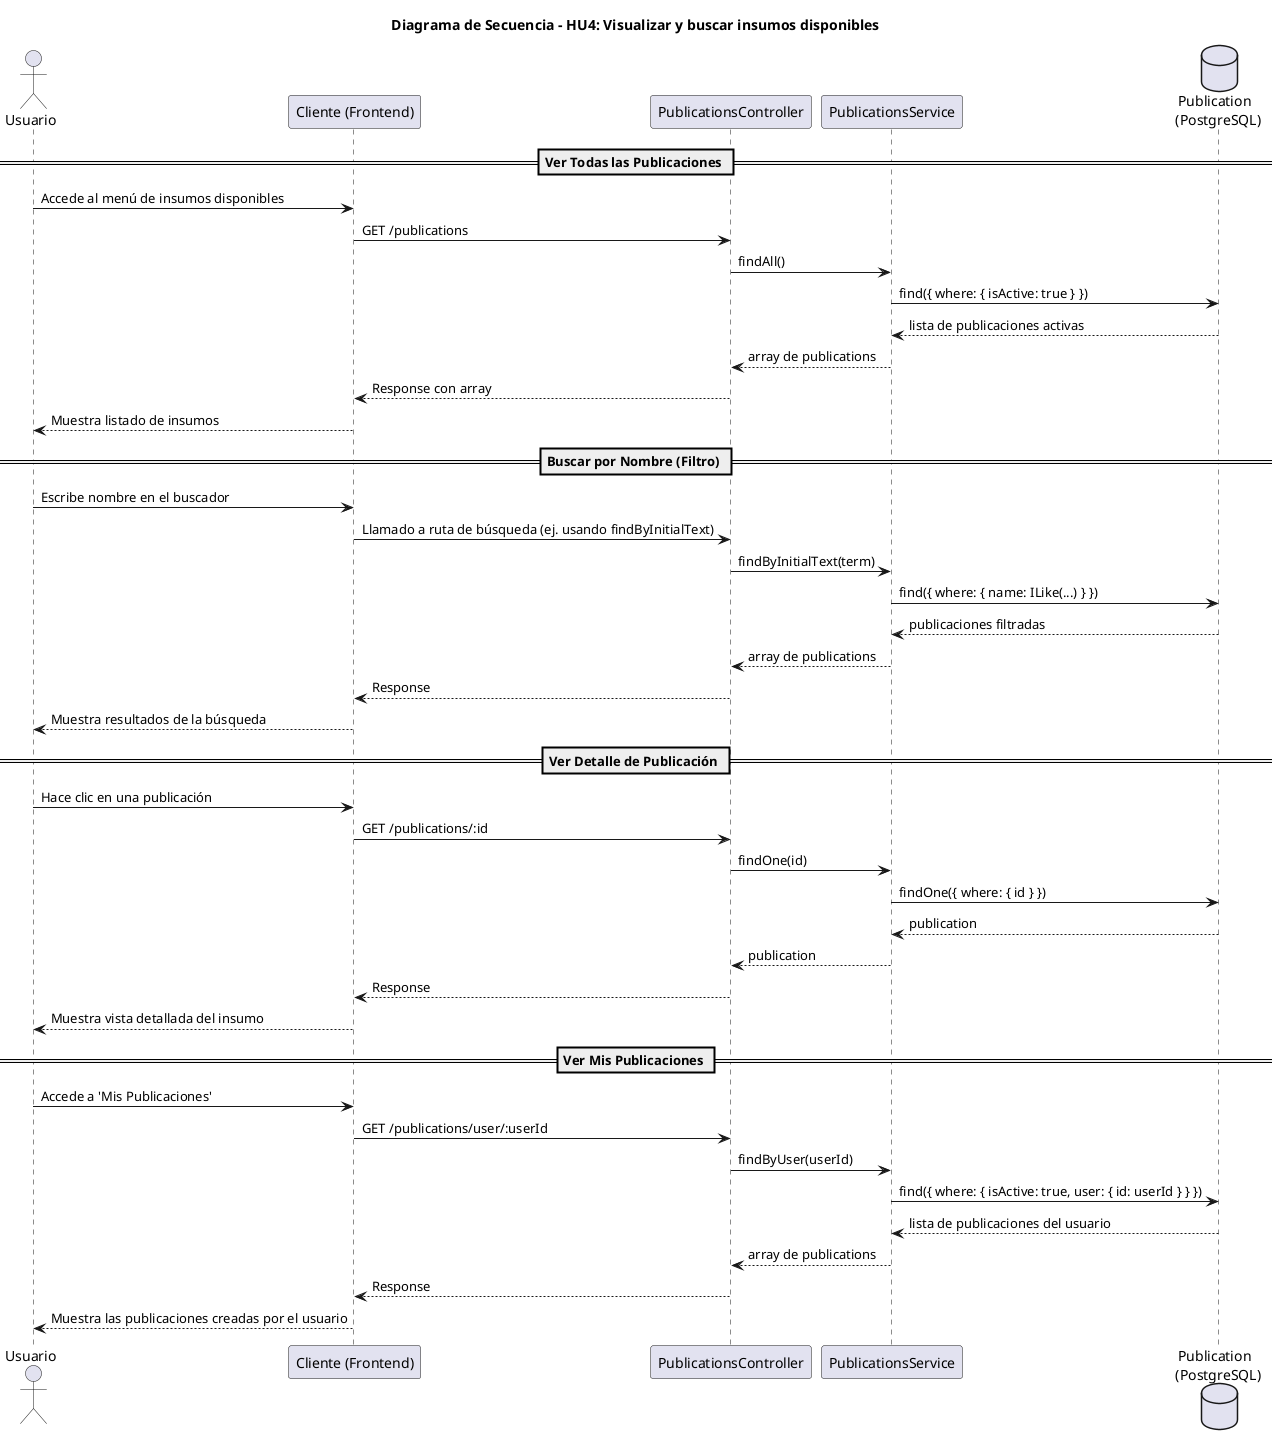
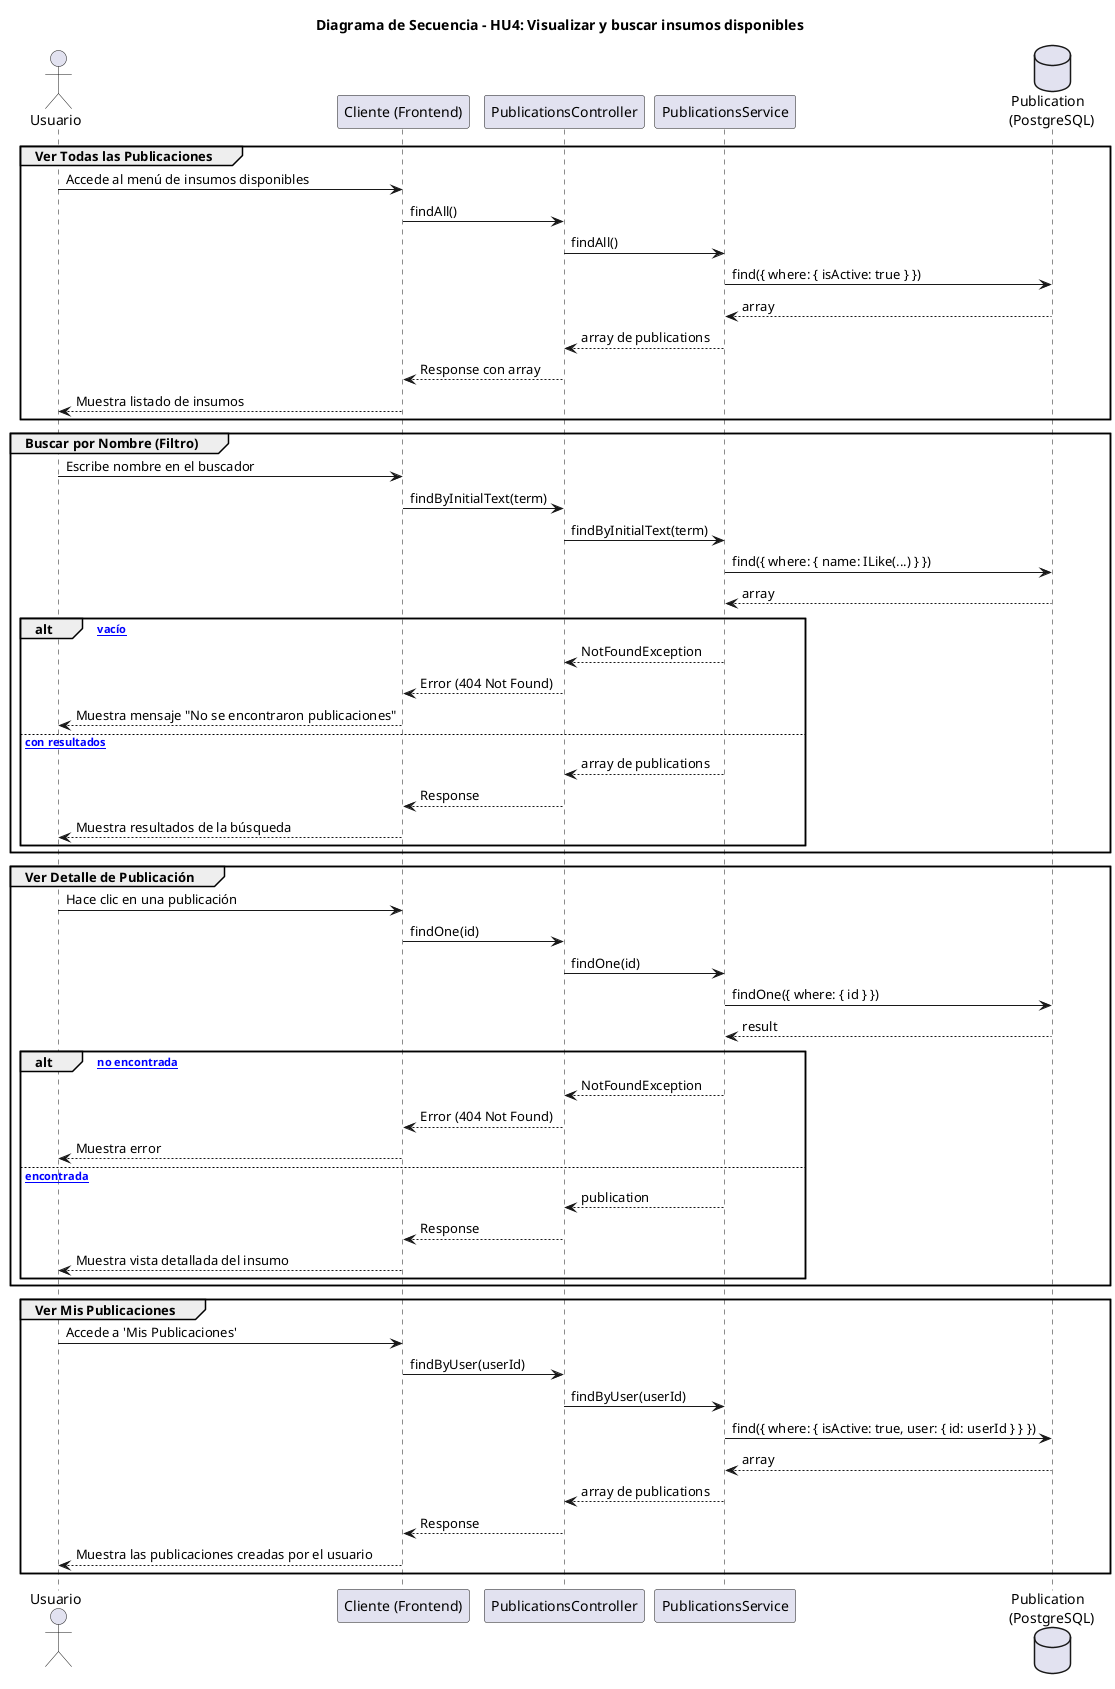
@startuml
title Diagrama de Secuencia - HU4: Visualizar y buscar insumos disponibles

actor "Usuario" as User
participant "Cliente (Frontend)" as Client
participant "PublicationsController" as Controller
participant "PublicationsService" as Service
database "Publication \n (PostgreSQL)" as DB

- == Ver Todas las Publicaciones ==
- User -> Client: Accede al menú de insumos disponibles
- Client -> Controller: GET /publications
- Controller -> Service: findAll()
+ group Ver Todas las Publicaciones
+     User -> Client: Accede al menú de insumos disponibles
+     Client -> Controller: findAll()
+     Controller -> Service: findAll()

- Service -> DB: find({ where: { isActive: true } })
- DB --> Service: lista de publicaciones activas
+     Service -> DB: find({ where: { isActive: true } })
+     DB --> Service: array

- Service --> Controller: array de publications
- Controller --> Client: Response con array
- Client --> User: Muestra listado de insumos
+     Service --> Controller: array de publications
+     Controller --> Client: Response con array
+     Client --> User: Muestra listado de insumos
+ end

- == Buscar por Nombre (Filtro) ==
- User -> Client: Escribe nombre en el buscador
- Client -> Controller: Llamado a ruta de búsqueda (ej. usando findByInitialText)
- Controller -> Service: findByInitialText(term)
+ group Buscar por Nombre (Filtro)
+     User -> Client: Escribe nombre en el buscador
+     Client -> Controller: findByInitialText(term)
+     Controller -> Service: findByInitialText(term)

- Service -> DB: find({ where: { name: ILike(...) } })
- DB --> Service: publicaciones filtradas
+     Service -> DB: find({ where: { name: ILike(...) } })
+     DB --> Service: array

- Service --> Controller: array de publications
- Controller --> Client: Response
- Client --> User: Muestra resultados de la búsqueda
+     alt [array vacío]
+         Service --> Controller: NotFoundException
+         Controller --> Client: Error (404 Not Found)
+         Client --> User: Muestra mensaje "No se encontraron publicaciones"
+     else [array con resultados]
+         Service --> Controller: array de publications
+         Controller --> Client: Response
+         Client --> User: Muestra resultados de la búsqueda
+     end
+ end

- == Ver Detalle de Publicación ==
- User -> Client: Hace clic en una publicación
- Client -> Controller: GET /publications/:id
- Controller -> Service: findOne(id)
+ group Ver Detalle de Publicación
+     User -> Client: Hace clic en una publicación
+     Client -> Controller: findOne(id)
+     Controller -> Service: findOne(id)

- Service -> DB: findOne({ where: { id } })
- DB --> Service: publication
+     Service -> DB: findOne({ where: { id } })
+     DB --> Service: result

- Service --> Controller: publication
- Controller --> Client: Response
- Client --> User: Muestra vista detallada del insumo
+     alt [Publicación no encontrada]
+         Service --> Controller: NotFoundException
+         Controller --> Client: Error (404 Not Found)
+         Client --> User: Muestra error
+     else [Publicación encontrada]
+         Service --> Controller: publication
+         Controller --> Client: Response
+         Client --> User: Muestra vista detallada del insumo
+     end
+ end

- == Ver Mis Publicaciones ==
- User -> Client: Accede a 'Mis Publicaciones'
- Client -> Controller: GET /publications/user/:userId
- Controller -> Service: findByUser(userId)
+ group Ver Mis Publicaciones
+     User -> Client: Accede a 'Mis Publicaciones'
+     Client -> Controller: findByUser(userId)
+     Controller -> Service: findByUser(userId)

- Service -> DB: find({ where: { isActive: true, user: { id: userId } } })
- DB --> Service: lista de publicaciones del usuario
+     Service -> DB: find({ where: { isActive: true, user: { id: userId } } })
+     DB --> Service: array

- Service --> Controller: array de publications
- Controller --> Client: Response
- Client --> User: Muestra las publicaciones creadas por el usuario
+     Service --> Controller: array de publications
+     Controller --> Client: Response
+     Client --> User: Muestra las publicaciones creadas por el usuario
+ end

@enduml
